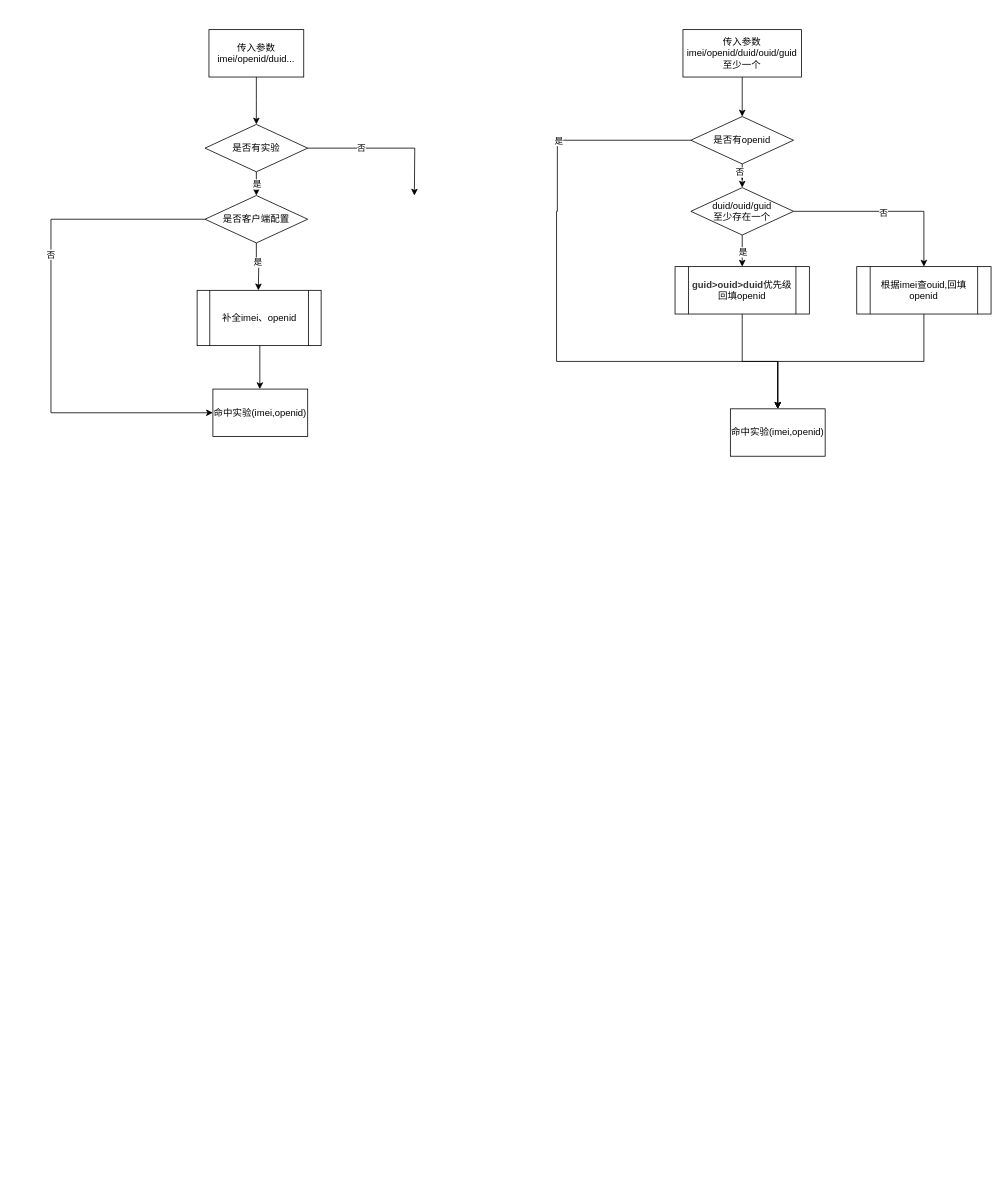
Before: 未命名绘图.drawio in shenjun89/esa-commons, a draw.io diagram. Source tidied: cells renumbered, new cells numbered last; positions are measured from the earlier drawing's top-left corner, leaving out a move shared by most shapes. Both pictures are drawn from the tidied source at 79%, with x=0, y=0 at pixel (51, 29).
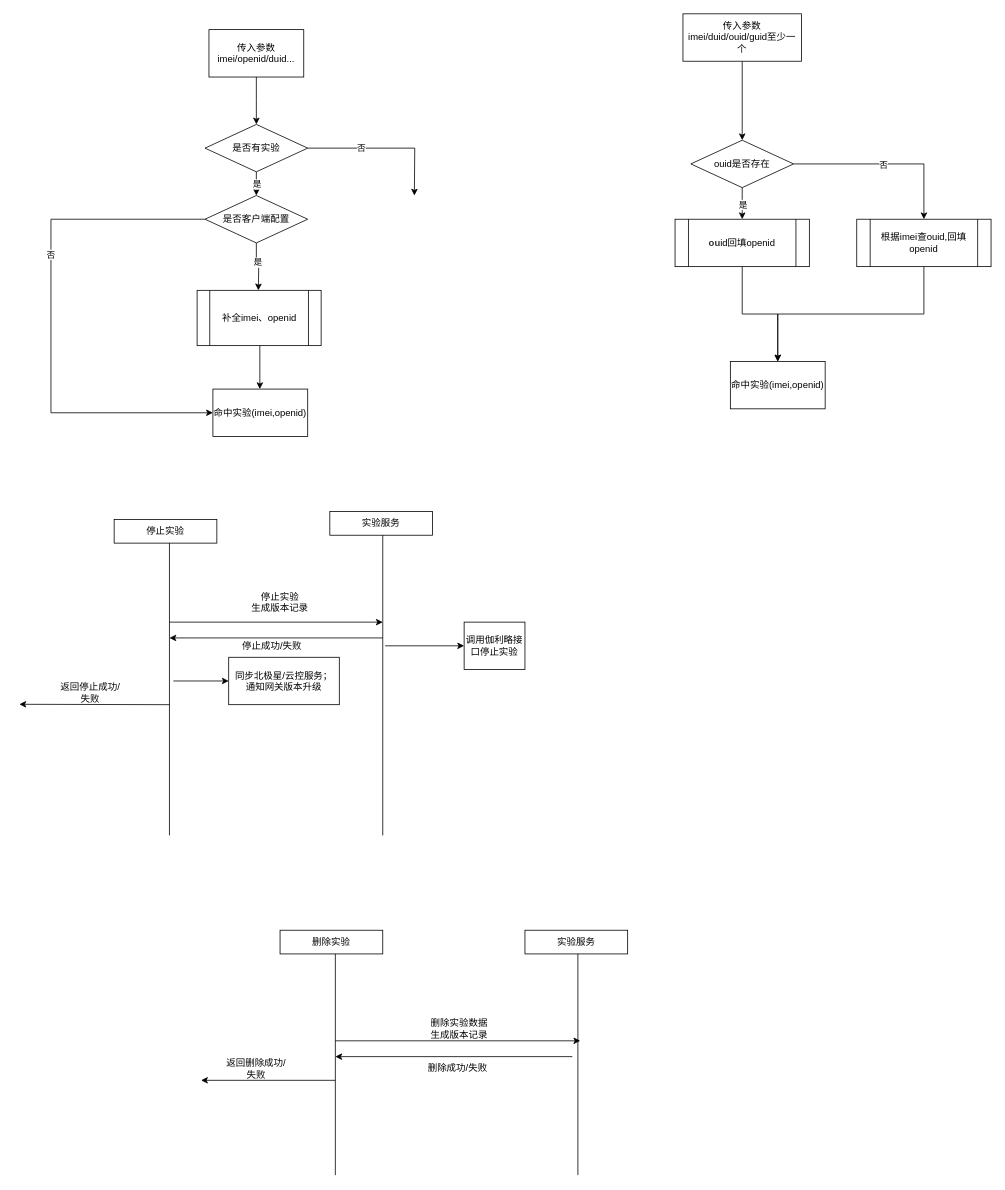
Above is the later version.

Commit message:
更新未命名绘图.drawio

The edit, as a diff of the source:
```diff
@@
-    <mxCell id="17" style="edgeStyle=orthogonalEdgeStyle;rounded=0;jettySize=auto;html=1;entryX=0.5;entryY=0;entryDx=0;entryDy=0;" parent="1" edge="1" source="18" target="23">
+    <mxCell id="17" style="edgeStyle=orthogonalEdgeStyle;rounded=0;jettySize=auto;html=1;entryX=0.5;entryY=0;entryDx=0;entryDy=0;" parent="1" edge="1" source="18" target="28">
       <mxGeometry relative="1" as="geometry" />
     </mxCell>
-    <mxCell id="18" value="传入参数imei/openid/duid/ouid/guid至少一个" style="rounded=0;whiteSpace=wrap;html=1;" parent="1" vertex="1">
-      <mxGeometry x="800" width="150" height="60" as="geometry" />
+    <mxCell id="18" value="传入参数imei/duid/ouid/guid至少一个" style="rounded=0;whiteSpace=wrap;html=1;" parent="1" vertex="1">
+      <mxGeometry x="800" y="-20" width="150" height="60" as="geometry" />
     </mxCell>
-    <mxCell id="19" style="edgeStyle=orthogonalEdgeStyle;rounded=0;jettySize=auto;html=1;entryX=0.5;entryY=0;entryDx=0;entryDy=0;" parent="1" edge="1" source="23" target="33">
-      <mxGeometry relative="1" as="geometry">
-        <Array as="points">
-          <mxPoint x="641" y="140" />
-          <mxPoint x="641" y="230" />
-          <mxPoint x="640" y="230" />
-          <mxPoint x="640" y="420" />
-          <mxPoint x="920" y="420" />
-        </Array>
-      </mxGeometry>
-    </mxCell>
-    <mxCell id="20" value="是" style="edgeLabel;html=1;align=center;verticalAlign=middle;" parent="19" vertex="1">
-      <mxGeometry x="-0.66" relative="1" as="geometry">
-        <mxPoint x="-34" as="offset" />
-      </mxGeometry>
-    </mxCell>
-    <mxCell id="21" style="edgeStyle=orthogonalEdgeStyle;rounded=0;jettySize=auto;html=1;" parent="1" edge="1" source="23" target="28">
-      <mxGeometry relative="1" as="geometry" />
-    </mxCell>
-    <mxCell id="22" value="否" style="edgeLabel;html=1;align=center;verticalAlign=middle;" parent="21" vertex="1">
-      <mxGeometry x="-0.6" y="-4" relative="1" as="geometry" />
-    </mxCell>
-    <mxCell id="23" value="是否有openid" style="rhombus;whiteSpace=wrap;html=1;" parent="1" vertex="1">
-      <mxGeometry x="810" y="110" width="130" height="60" as="geometry" />
-    </mxCell>
@@
-    <mxCell id="28" value="duid/ouid/guid&lt;div&gt;至少存在一个&lt;/div&gt;" style="rhombus;whiteSpace=wrap;html=1;" parent="1" vertex="1">
-      <mxGeometry x="810" y="200" width="130" height="60" as="geometry" />
+    <mxCell id="28" value="ouid是否&lt;span style=&quot;background-color: initial;&quot;&gt;存在&lt;/span&gt;" style="rhombus;whiteSpace=wrap;html=1;" parent="1" vertex="1">
+      <mxGeometry x="810" y="140" width="130" height="60" as="geometry" />
     </mxCell>
@@
-    <mxCell id="30" value="&lt;span style=&quot;margin: 0px; padding: 0px; box-sizing: border-box; font-family: MicrosoftYaHei; border: 0px; font-weight: 700; color: rgb(51, 51, 51); text-align: left; background-color: rgb(255, 255, 255);&quot;&gt;&lt;font style=&quot;font-size: 12px;&quot;&gt;guid&amp;gt;ouid&amp;gt;duid&lt;/font&gt;&lt;/span&gt;优先级回填openid" style="shape=process;whiteSpace=wrap;html=1;backgroundOutline=1;" parent="1" vertex="1">
-      <mxGeometry x="790" y="300" width="170" height="60" as="geometry" />
+    <mxCell id="30" value="&lt;div style=&quot;text-align: left;&quot;&gt;&lt;font face=&quot;MicrosoftYaHei&quot; color=&quot;#333333&quot;&gt;&lt;span style=&quot;background-color: rgb(255, 255, 255);&quot;&gt;&lt;b&gt;ou&lt;/b&gt;&lt;/span&gt;&lt;/font&gt;&lt;span style=&quot;background-color: initial;&quot;&gt;id回填openid&lt;/span&gt;&lt;/div&gt;" style="shape=process;whiteSpace=wrap;html=1;backgroundOutline=1;" parent="1" vertex="1">
+      <mxGeometry x="790" y="240" width="170" height="60" as="geometry" />
     </mxCell>
@@
     <mxCell id="32" value="根据imei查ouid,回填openid" style="shape=process;whiteSpace=wrap;html=1;backgroundOutline=1;" parent="1" vertex="1">
-      <mxGeometry x="1020" y="300" width="170" height="60" as="geometry" />
+      <mxGeometry x="1020" y="240" width="170" height="60" as="geometry" />
     </mxCell>
     <mxCell id="33" value="命中实验(imei,openid)" style="rounded=0;whiteSpace=wrap;html=1;" parent="1" vertex="1">
-      <mxGeometry x="860" y="480" width="120" height="60" as="geometry" />
+      <mxGeometry x="860" y="420" width="120" height="60" as="geometry" />
     </mxCell>
+    <mxCell id="34" value="停止实验" style="rounded=0;whiteSpace=wrap;html=1;" parent="1" vertex="1">
+      <mxGeometry x="80" y="620" width="130" height="30" as="geometry" />
+    </mxCell>
+    <mxCell id="35" value="实验服务" style="rounded=0;whiteSpace=wrap;html=1;" parent="1" vertex="1">
+      <mxGeometry x="353" y="610" width="130" height="30" as="geometry" />
+    </mxCell>
+    <mxCell id="36" style="endArrow=classic;html=1;rounded=0;" parent="1" edge="1">
+      <mxGeometry relative="1" as="geometry">
+        <mxPoint x="150" y="750" as="sourcePoint" />
+        <mxPoint x="420" y="750" as="targetPoint" />
+      </mxGeometry>
+    </mxCell>
+    <mxCell id="37" value="停止实验&lt;div&gt;生成版本记录&lt;/div&gt;" style="text;html=1;align=center;verticalAlign=middle;whiteSpace=wrap;rounded=0;" parent="1" vertex="1">
+      <mxGeometry x="250" y="710" width="80" height="30" as="geometry" />
+    </mxCell>
+    <mxCell id="38" style="endArrow=classic;html=1;rounded=0;" parent="1" edge="1">
+      <mxGeometry relative="1" as="geometry">
+        <mxPoint x="423" y="780" as="sourcePoint" />
+        <mxPoint x="523" y="780" as="targetPoint" />
+      </mxGeometry>
+    </mxCell>
+    <mxCell id="39" style="endArrow=classic;html=1;rounded=0;" parent="1" edge="1">
+      <mxGeometry relative="1" as="geometry">
+        <mxPoint x="150" y="854.5" as="sourcePoint" />
+        <mxPoint x="-40" y="854" as="targetPoint" />
+      </mxGeometry>
+    </mxCell>
+    <mxCell id="40" value="返回停止成功/失败" style="text;html=1;align=center;verticalAlign=middle;whiteSpace=wrap;rounded=0;" parent="1" vertex="1">
+      <mxGeometry x="10" y="824.5" width="80" height="30" as="geometry" />
+    </mxCell>
+    <mxCell id="41" style="endArrow=classic;html=1;rounded=0;" parent="1" edge="1">
+      <mxGeometry relative="1" as="geometry">
+        <mxPoint x="155" y="824.5" as="sourcePoint" />
+        <mxPoint x="225" y="824.5" as="targetPoint" />
+      </mxGeometry>
+    </mxCell>
+    <mxCell id="42" value="调用伽利略接口停止实验" style="rounded=0;whiteSpace=wrap;html=1;" parent="1" vertex="1">
+      <mxGeometry x="523" y="750" width="77" height="60" as="geometry" />
+    </mxCell>
+    <mxCell id="43" value="&lt;div&gt;同步北极星/云控服务；&lt;/div&gt;&lt;div&gt;通知网关版本升级&lt;/div&gt;" style="rounded=0;whiteSpace=wrap;html=1;" parent="1" vertex="1">
+      <mxGeometry x="225" y="794.5" width="140" height="60" as="geometry" />
+    </mxCell>
+    <mxCell id="44" style="endArrow=none;html=1;rounded=0;" parent="1" edge="1">
+      <mxGeometry relative="1" as="geometry">
+        <mxPoint x="150" y="1020" as="sourcePoint" />
+        <mxPoint x="150" y="650" as="targetPoint" />
+      </mxGeometry>
+    </mxCell>
+    <mxCell id="45" style="endArrow=none;html=1;rounded=0;" parent="1" edge="1">
+      <mxGeometry relative="1" as="geometry">
+        <mxPoint x="420" y="1020" as="sourcePoint" />
+        <mxPoint x="420" y="640" as="targetPoint" />
+      </mxGeometry>
+    </mxCell>
+    <mxCell id="46" style="endArrow=classic;html=1;rounded=0;" parent="1" edge="1">
+      <mxGeometry relative="1" as="geometry">
+        <mxPoint x="420" y="770" as="sourcePoint" />
+        <mxPoint x="150" y="770" as="targetPoint" />
+      </mxGeometry>
+    </mxCell>
+    <mxCell id="47" value="删除实验" style="rounded=0;whiteSpace=wrap;html=1;" parent="1" vertex="1">
+      <mxGeometry x="290" y="1140" width="130" height="30" as="geometry" />
+    </mxCell>
+    <mxCell id="48" value="实验服务" style="rounded=0;whiteSpace=wrap;html=1;" parent="1" vertex="1">
+      <mxGeometry x="600" y="1140" width="130" height="30" as="geometry" />
+    </mxCell>
+    <mxCell id="49" style="endArrow=classic;html=1;rounded=0;" parent="1" edge="1">
+      <mxGeometry relative="1" as="geometry">
+        <mxPoint x="360" y="1280" as="sourcePoint" />
+        <mxPoint x="670" y="1280" as="targetPoint" />
+      </mxGeometry>
+    </mxCell>
+    <mxCell id="50" value="删除实验数据&lt;div&gt;生成版本记录&lt;/div&gt;" style="text;html=1;align=center;verticalAlign=middle;whiteSpace=wrap;rounded=0;" parent="1" vertex="1">
+      <mxGeometry x="477" y="1250" width="80" height="30" as="geometry" />
+    </mxCell>
+    <mxCell id="51" style="endArrow=classic;html=1;rounded=0;" parent="1" edge="1">
+      <mxGeometry relative="1" as="geometry">
+        <mxPoint x="360" y="1330" as="sourcePoint" />
+        <mxPoint x="190" y="1330" as="targetPoint" />
+      </mxGeometry>
+    </mxCell>
+    <mxCell id="52" value="返回删除成功/失败" style="text;html=1;align=center;verticalAlign=middle;whiteSpace=wrap;rounded=0;" parent="1" vertex="1">
+      <mxGeometry x="220" y="1300" width="80" height="30" as="geometry" />
+    </mxCell>
+    <mxCell id="53" style="endArrow=none;html=1;rounded=0;" parent="1" edge="1">
+      <mxGeometry relative="1" as="geometry">
+        <mxPoint x="360" y="1450" as="sourcePoint" />
+        <mxPoint x="360" y="1170" as="targetPoint" />
+      </mxGeometry>
+    </mxCell>
+    <mxCell id="54" style="endArrow=none;html=1;rounded=0;" parent="1" edge="1">
+      <mxGeometry relative="1" as="geometry">
+        <mxPoint x="667" y="1450" as="sourcePoint" />
+        <mxPoint x="667" y="1170" as="targetPoint" />
+      </mxGeometry>
+    </mxCell>
+    <mxCell id="55" style="endArrow=classic;html=1;rounded=0;" parent="1" edge="1">
+      <mxGeometry relative="1" as="geometry">
+        <mxPoint x="660" y="1300" as="sourcePoint" />
+        <mxPoint x="360" y="1300" as="targetPoint" />
+      </mxGeometry>
+    </mxCell>
+    <mxCell id="56" value="删除成功/失败" style="text;html=1;align=center;verticalAlign=middle;whiteSpace=wrap;rounded=0;" parent="1" vertex="1">
+      <mxGeometry x="460" y="1300" width="110" height="30" as="geometry" />
+    </mxCell>
+    <mxCell id="57" value="停止成功/失败" style="text;html=1;align=center;verticalAlign=middle;whiteSpace=wrap;rounded=0;" parent="1" vertex="1">
+      <mxGeometry x="240" y="765" width="80" height="30" as="geometry" />
+    </mxCell>
```
